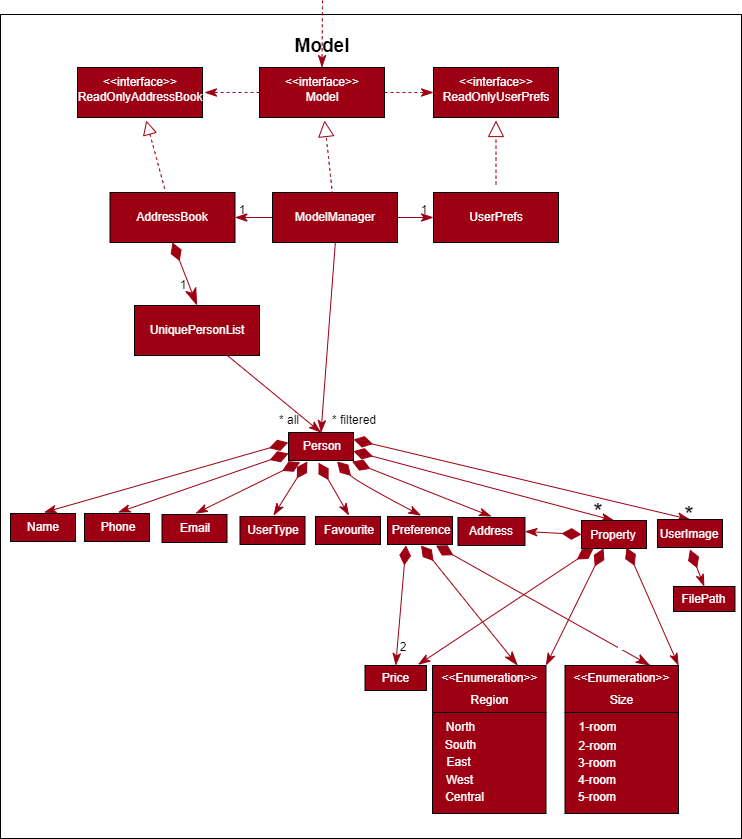
This is docs/images/developer-guide/RealEstateProModel.png from nus-cs2103-AY2122S2/tp, a draw.io export, as it was before one commit. Source tidied: cells renumbered, new cells last; positions are measured from the earlier drawing's top-left corner, leaving out a move shared by most shapes.
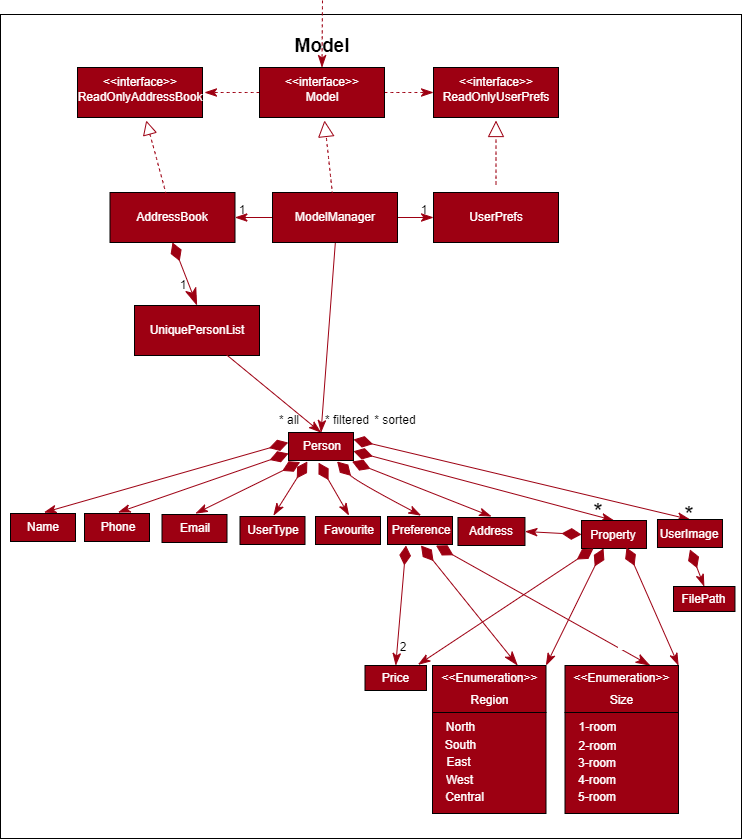
Above is the later version.

Commit message:
Update Model diagram

Diff of the diagram source:
```diff
@@ -142,7 +142,7 @@
       <mxGeometry x="259" y="405" width="60" height="30" as="geometry" />
     </mxCell>
     <mxCell id="45" value="* filtered" style="text;strokeColor=none;fillColor=none;html=1;align=center;verticalAlign=middle;whiteSpace=wrap;rounded=0;hachureGap=4;fontColor=#000000;" parent="1" vertex="1">
-      <mxGeometry x="324" y="405" width="60" height="30" as="geometry" />
+      <mxGeometry x="317" y="405" width="60" height="30" as="geometry" />
     </mxCell>
     <mxCell id="46" style="rounded=0;whiteSpace=wrap;html=1;hachureGap=4;fillColor=#9D0012;fontColor=#FFFFFF;" parent="1" vertex="1">
       <mxGeometry x="457.5" y="517" width="67" height="28" as="geometry" />
@@ -318,5 +318,8 @@
     <mxCell id="100" value="2" style="text;strokeColor=none;fillColor=none;html=1;align=center;verticalAlign=middle;whiteSpace=wrap;rounded=0;hachureGap=4;fontColor=#000000;" parent="1" vertex="1">
       <mxGeometry x="373" y="632" width="60" height="30" as="geometry" />
     </mxCell>
+    <mxCell id="101" value="* sorted" style="text;strokeColor=none;fillColor=none;html=1;align=center;verticalAlign=middle;whiteSpace=wrap;rounded=0;hachureGap=4;fontColor=#000000;" parent="1" vertex="1">
+      <mxGeometry x="364.5" y="405" width="60" height="30" as="geometry" />
+    </mxCell>
   </root>
 </mxGraphModel>
```
